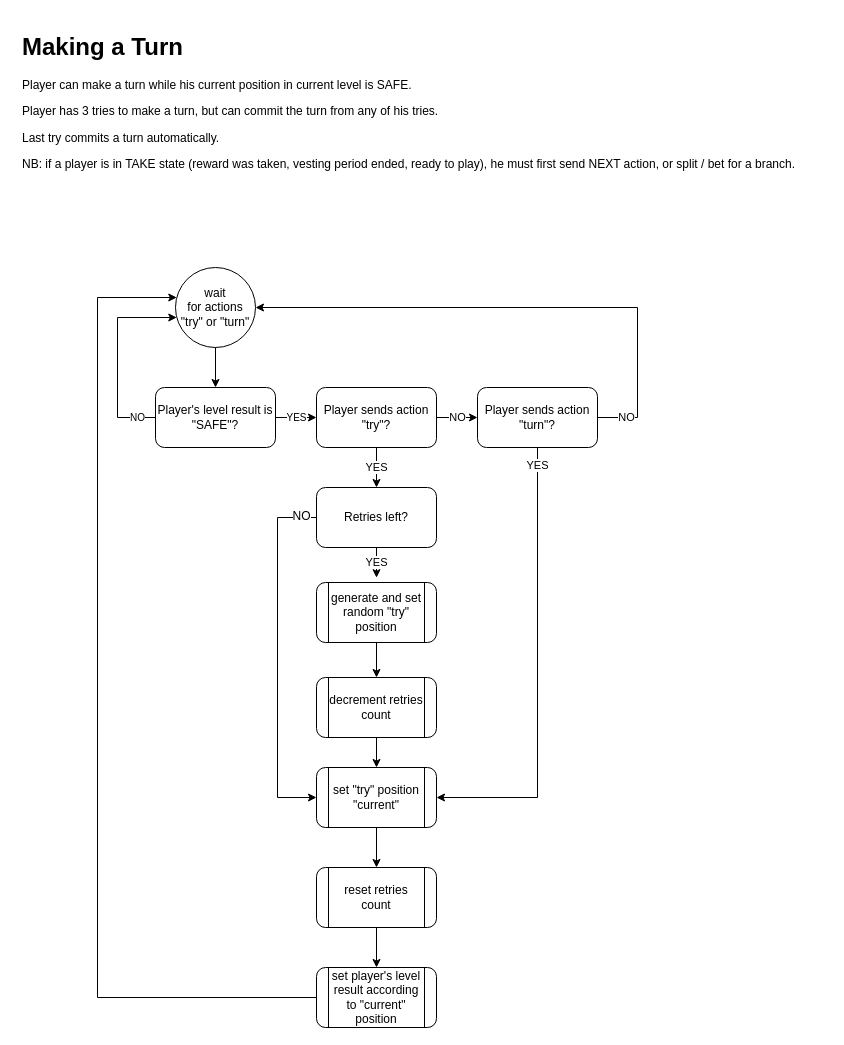
Above: page "turn" (4 of 11) of ia/WOFFLER IA.drawio in cptn-solo/woffler_contract (draw.io), before the change. Source tidied: cells renumbered, new cells numbered last; positions are measured from the earlier drawing's top-left corner, leaving out a move shared by most shapes. Both pictures are drawn from the tidied source at 100%, with x=0, y=0 at pixel (17, 27).
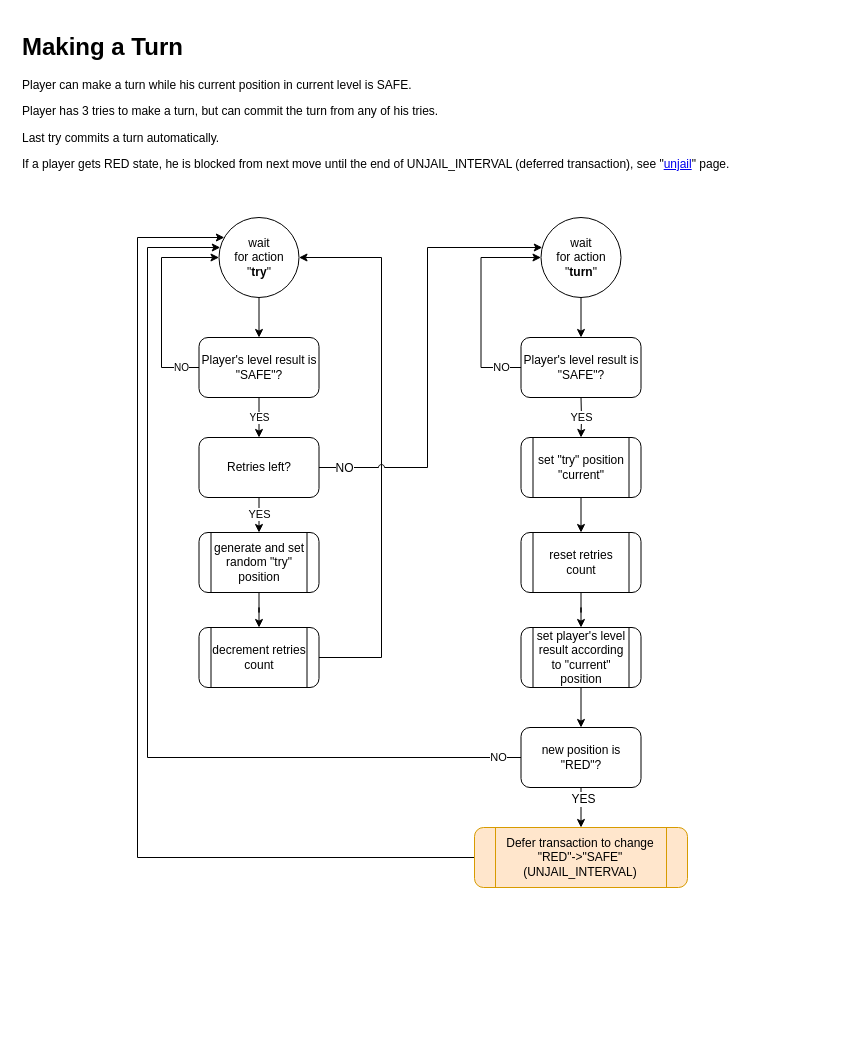
After the change.

Change to the diagram source:
```diff
@@
     <mxCell id="3" value="set &quot;try&quot; position &quot;current&quot;" style="shape=process;rounded=1;whiteSpace=wrap;html=1;shadow=0;glass=0;strokeColor=#000000;align=center;" parent="1" vertex="1">
-      <mxGeometry x="299" y="740" width="120" height="60" as="geometry" />
+      <mxGeometry x="503.5" y="410" width="120" height="60" as="geometry" />
     </mxCell>
-    <mxCell id="4" style="edgeStyle=orthogonalEdgeStyle;rounded=0;jettySize=auto;html=1;endArrow=classic;endFill=1;fontColor=#FF0000;align=center;" parent="1" edge="1" source="16" target="3">
-      <mxGeometry relative="1" as="geometry">
-        <Array as="points">
-          <mxPoint x="260" y="490" />
-          <mxPoint x="260" y="770" />
-        </Array>
-      </mxGeometry>
-    </mxCell>
-    <mxCell id="5" value="NO" style="text;html=1;align=center;verticalAlign=middle;labelBackgroundColor=#ffffff;fontColor=#000000;" parent="4" vertex="1">
-      <mxGeometry x="-0.9" y="-1" relative="1" as="geometry">
-        <mxPoint x="2.5" y="-1" as="offset" />
-      </mxGeometry>
-    </mxCell>
-    <mxCell id="6" value="YES" style="edgeStyle=orthogonalEdgeStyle;rounded=0;jettySize=auto;html=1;exitX=0.5;exitY=1;exitDx=0;exitDy=0;entryX=0.5;entryY=0;entryDx=0;entryDy=0;endArrow=classic;endFill=1;fontColor=#000000;align=center;" parent="1" edge="1" source="9" target="16">
-      <mxGeometry relative="1" as="geometry" />
-    </mxCell>
-    <mxCell id="7" value="NO" style="edgeStyle=none;rounded=0;jettySize=auto;html=1;strokeColor=#000000;fontSize=11;fontColor=#000000;endFill=1;" parent="1" edge="1" source="9" target="11">
-      <mxGeometry relative="1" as="geometry" />
-    </mxCell>
-    <mxCell id="8" value="NO" style="edgeStyle=orthogonalEdgeStyle;rounded=0;jettySize=auto;html=1;endFill=1;" parent="1" edge="1" source="11" target="27">
-      <mxGeometry x="-0.89" relative="1" as="geometry">
+    <mxCell id="8" value="NO" style="edgeStyle=orthogonalEdgeStyle;rounded=0;jettySize=auto;html=1;endFill=1;" parent="1" edge="1" source="36" target="35">
+      <mxGeometry x="-0.81" relative="1" as="geometry">
         <Array as="points">
-          <mxPoint x="620" y="390" />
-          <mxPoint x="620" y="280" />
+          <mxPoint x="463.5" y="340" />
+          <mxPoint x="463.5" y="230" />
         </Array>
       </mxGeometry>
     </mxCell>
-    <mxCell id="9" value="Player sends action &quot;try&quot;?" style="rounded=1;whiteSpace=wrap;html=1;shadow=0;glass=0;strokeColor=#000000;align=center;" parent="1" vertex="1">
-      <mxGeometry x="299" y="360" width="120" height="60" as="geometry" />
-    </mxCell>
-    <mxCell id="10" value="YES" style="edgeStyle=orthogonalEdgeStyle;rounded=0;jettySize=auto;html=1;strokeColor=#000000;fontSize=11;fontColor=#000000;endFill=1;" parent="1" edge="1" source="11" target="3">
-      <mxGeometry x="-0.92" relative="1" as="geometry">
-        <Array as="points">
-          <mxPoint x="520" y="770" />
-        </Array>
+    <mxCell id="10" value="YES" style="edgeStyle=orthogonalEdgeStyle;rounded=0;jettySize=auto;html=1;strokeColor=#000000;fontSize=11;fontColor=#000000;endFill=1;" parent="1" edge="1" target="3">
+      <mxGeometry relative="1" as="geometry">
+        <mxPoint x="563.5" y="370" as="sourcePoint" />
       </mxGeometry>
     </mxCell>
-    <mxCell id="11" value="Player sends action &quot;turn&quot;?" style="rounded=1;whiteSpace=wrap;html=1;shadow=0;glass=0;strokeColor=#000000;align=center;" parent="1" vertex="1">
-      <mxGeometry x="460" y="360" width="120" height="60" as="geometry" />
-    </mxCell>
@@
+    <mxCell id="28" style="edgeStyle=orthogonalEdgeStyle;rounded=0;jettySize=auto;html=1;" parent="1" edge="1" source="13" target="27">
+      <mxGeometry relative="1" as="geometry">
+        <Array as="points">
+          <mxPoint x="364" y="630" />
+          <mxPoint x="364" y="230" />
+        </Array>
+      </mxGeometry>
+    </mxCell>
     <mxCell id="13" value="decrement retries count" style="shape=process;rounded=1;whiteSpace=wrap;html=1;shadow=0;glass=0;strokeColor=#000000;align=center;rounded=1;" parent="1" vertex="1">
-      <mxGeometry x="299" y="650" width="120" height="60" as="geometry" />
+      <mxGeometry x="181.5" y="600" width="120" height="60" as="geometry" />
     </mxCell>
     <mxCell id="14" value="generate and set random &quot;try&quot; position" style="shape=process;rounded=1;whiteSpace=wrap;html=1;shadow=0;glass=0;strokeColor=#000000;align=center;rounded=1;" parent="1" vertex="1">
-      <mxGeometry x="299" y="555" width="120" height="60" as="geometry" />
+      <mxGeometry x="181.5" y="505" width="120" height="60" as="geometry" />
     </mxCell>
-    <mxCell id="15" value="YES" style="edgeStyle=orthogonalEdgeStyle;rounded=0;jettySize=auto;html=1;endArrow=classic;endFill=1;fontColor=#000000;align=center;exitX=0.5;exitY=1;exitDx=0;exitDy=0;" parent="1" edge="1" source="16">
+    <mxCell id="15" value="YES" style="edgeStyle=orthogonalEdgeStyle;rounded=0;jettySize=auto;html=1;endArrow=classic;endFill=1;fontColor=#000000;align=center;" parent="1" edge="1" source="16" target="14">
       <mxGeometry x="-0.01" relative="1" as="geometry">
-        <mxPoint x="359" y="550.2" as="targetPoint" />
+        <Array as="points">
+          <mxPoint x="241.5" y="500" />
+          <mxPoint x="241.5" y="500" />
+        </Array>
       </mxGeometry>
     </mxCell>
     <mxCell id="16" value="Retries left?" style="rounded=1;whiteSpace=wrap;html=1;shadow=0;glass=0;strokeColor=#000000;align=center;" parent="1" vertex="1">
-      <mxGeometry x="299" y="460" width="120" height="60" as="geometry" />
+      <mxGeometry x="181.5" y="410" width="120" height="60" as="geometry" />
     </mxCell>
-    <mxCell id="17" style="edgeStyle=orthogonalEdgeStyle;rounded=0;jettySize=auto;html=1;exitX=0.5;exitY=1;exitDx=0;exitDy=0;entryX=0.5;entryY=0;entryDx=0;entryDy=0;endArrow=classic;endFill=1;fontColor=#000000;align=center;" parent="1" edge="1" source="13" target="3">
-      <mxGeometry relative="1" as="geometry" />
-    </mxCell>
@@
     <mxCell id="19" value="reset retries count&lt;br&gt;" style="shape=process;rounded=1;whiteSpace=wrap;html=1;shadow=0;glass=0;strokeColor=#000000;align=center;" parent="1" vertex="1">
-      <mxGeometry x="299" y="840" width="120" height="60" as="geometry" />
+      <mxGeometry x="503.5" y="505" width="120" height="60" as="geometry" />
     </mxCell>
-    <mxCell id="20" style="edgeStyle=orthogonalEdgeStyle;rounded=0;jumpStyle=arc;jettySize=auto;html=1;endFill=1;fontSize=10;fontColor=#000000;" parent="1" edge="1" source="21" target="27">
-      <mxGeometry relative="1" as="geometry">
-        <Array as="points">
-          <mxPoint x="80" y="970" />
-          <mxPoint x="80" y="270" />
-        </Array>
-      </mxGeometry>
-    </mxCell>
+    <mxCell id="7" value="NO" style="edgeStyle=orthogonalEdgeStyle;rounded=0;jettySize=auto;html=1;" parent="1" edge="1" source="31" target="27">
+      <mxGeometry x="-0.95" relative="1" as="geometry">
+        <Array as="points">
+          <mxPoint x="130" y="730" />
+          <mxPoint x="130" y="220" />
+        </Array>
+        <mxPoint x="1" as="offset" />
+      </mxGeometry>
+    </mxCell>
+    <mxCell id="29" style="edgeStyle=orthogonalEdgeStyle;rounded=0;jumpStyle=arc;jettySize=auto;html=1;" parent="1" edge="1" source="21" target="31">
+      <mxGeometry relative="1" as="geometry" />
+    </mxCell>
     <mxCell id="21" value="set player's level result according to &quot;current&quot; position&lt;br&gt;" style="shape=process;rounded=1;whiteSpace=wrap;html=1;shadow=0;glass=0;strokeColor=#000000;align=center;" parent="1" vertex="1">
-      <mxGeometry x="299" y="940" width="120" height="60" as="geometry" />
+      <mxGeometry x="503.5" y="600" width="120" height="60" as="geometry" />
     </mxCell>
+    <mxCell id="30" style="edgeStyle=orthogonalEdgeStyle;rounded=0;jumpStyle=arc;jettySize=auto;html=1;" parent="1" edge="1" source="31" target="33">
+      <mxGeometry relative="1" as="geometry" />
+    </mxCell>
+    <mxCell id="6" value="YES" style="text;html=1;align=center;verticalAlign=middle;labelBackgroundColor=#ffffff;" parent="30" vertex="1">
+      <mxGeometry x="-0.45" y="2" relative="1" as="geometry" />
+    </mxCell>
+    <mxCell id="31" value="new position is &quot;RED&quot;?&lt;br&gt;" style="rounded=1;whiteSpace=wrap;html=1;shadow=0;glass=0;strokeColor=#000000;align=center;" parent="1" vertex="1">
+      <mxGeometry x="503.5" y="700" width="120" height="60" as="geometry" />
+    </mxCell>
+    <mxCell id="32" style="edgeStyle=orthogonalEdgeStyle;rounded=0;jumpStyle=arc;jettySize=auto;html=1;" parent="1" edge="1" source="33" target="27">
+      <mxGeometry relative="1" as="geometry">
+        <Array as="points">
+          <mxPoint x="120" y="830" />
+          <mxPoint x="120" y="210" />
+        </Array>
+      </mxGeometry>
+    </mxCell>
+    <mxCell id="33" value="Defer transaction to change &quot;RED&quot;-&amp;gt;&quot;SAFE&quot;&lt;br&gt;(UNJAIL_INTERVAL)&lt;br&gt;" style="shape=process;rounded=1;whiteSpace=wrap;html=1;shadow=0;glass=0;strokeColor=#d79b00;align=center;fillColor=#ffe6cc;" parent="1" vertex="1">
+      <mxGeometry x="457" y="800" width="213" height="60" as="geometry" />
+    </mxCell>
-    <mxCell id="22" value="YES" style="edgeStyle=orthogonalEdgeStyle;rounded=0;jumpStyle=arc;jettySize=auto;html=1;endFill=1;fontSize=10;fontColor=#000000;" parent="1" edge="1" source="24" target="9">
+    <mxCell id="22" value="YES" style="edgeStyle=orthogonalEdgeStyle;rounded=0;jumpStyle=arc;jettySize=auto;html=1;endFill=1;fontSize=10;fontColor=#000000;" parent="1" edge="1" source="24" target="16">
       <mxGeometry relative="1" as="geometry" />
     </mxCell>
     <mxCell id="23" value="NO" style="edgeStyle=orthogonalEdgeStyle;rounded=0;jumpStyle=arc;jettySize=auto;html=1;endFill=1;fontSize=10;fontColor=#000000;" parent="1" edge="1" source="24" target="27">
       <mxGeometry x="-0.82" relative="1" as="geometry">
         <Array as="points">
-          <mxPoint x="100" y="390" />
-          <mxPoint x="100" y="290" />
+          <mxPoint x="144" y="340" />
+          <mxPoint x="144" y="230" />
         </Array>
       </mxGeometry>
     </mxCell>
     <mxCell id="24" value="Player's level result is &quot;SAFE&quot;?" style="rounded=1;whiteSpace=wrap;html=1;shadow=0;glass=0;strokeColor=#000000;align=center;" parent="1" vertex="1">
-      <mxGeometry x="138" y="360" width="120" height="60" as="geometry" />
+      <mxGeometry x="181.5" y="310" width="120" height="60" as="geometry" />
     </mxCell>
-    <mxCell id="25" value="&lt;h1&gt;Making a Turn&lt;/h1&gt;&lt;p&gt;Player can make a turn while his current position in current level is SAFE.&lt;/p&gt;&lt;p&gt;Player has 3 tries to make a turn, but can commit the turn from any of his tries.&lt;/p&gt;&lt;p&gt;Last try commits a turn automatically.&lt;/p&gt;&lt;p&gt;NB: if a player is in TAKE state (reward was taken, vesting period ended, ready to play), he must first send NEXT action, or split / bet for a branch.&lt;/p&gt;" style="text;html=1;strokeColor=none;fillColor=none;spacing=5;spacingTop=-20;whiteSpace=wrap;overflow=hidden;rounded=0;shadow=0;glass=0;align=left;" parent="1" vertex="1">
-      <mxGeometry width="810" height="230" as="geometry" />
+    <mxCell id="25" value="&lt;h1&gt;Making a Turn&lt;/h1&gt;&lt;p&gt;Player can make a turn while his current position in current level is SAFE.&lt;/p&gt;&lt;p&gt;Player has 3 tries to make a turn, but can commit the turn from any of his tries.&lt;/p&gt;&lt;p&gt;Last try commits a turn automatically.&lt;/p&gt;&lt;p&gt;If a player gets RED state, he is blocked from next move until the end of UNJAIL_INTERVAL (deferred transaction), see &quot;&lt;a href=&quot;data:page/id,JelkGK6z_K_HSlQ8lR76&quot;&gt;unjail&lt;/a&gt;&quot; page.&lt;/p&gt;" style="text;html=1;strokeColor=none;fillColor=none;spacing=5;spacingTop=-20;whiteSpace=wrap;overflow=hidden;rounded=0;shadow=0;glass=0;align=left;" parent="1" vertex="1">
+      <mxGeometry width="810" height="160" as="geometry" />
     </mxCell>
@@
-    <mxCell id="27" value="wait &lt;br&gt;for actions &quot;try&quot; or &quot;turn&quot;" style="ellipse;whiteSpace=wrap;html=1;rounded=1;shadow=0;glass=0;strokeColor=#000000;fillColor=none;align=center;" parent="1" vertex="1">
-      <mxGeometry x="158" y="240" width="80" height="80" as="geometry" />
+    <mxCell id="27" value="wait &lt;br&gt;for action&lt;br&gt;&quot;&lt;b&gt;try&lt;/b&gt;&quot;" style="ellipse;whiteSpace=wrap;html=1;rounded=1;shadow=0;glass=0;strokeColor=#000000;fillColor=none;align=center;" parent="1" vertex="1">
+      <mxGeometry x="201.5" y="190" width="80" height="80" as="geometry" />
     </mxCell>
+    <mxCell id="34" style="edgeStyle=orthogonalEdgeStyle;rounded=0;jettySize=auto;html=1;" parent="1" edge="1" source="35" target="36">
+      <mxGeometry relative="1" as="geometry" />
+    </mxCell>
+    <mxCell id="35" value="wait &lt;br&gt;for action&lt;br&gt;&quot;&lt;b&gt;turn&lt;/b&gt;&quot;" style="ellipse;whiteSpace=wrap;html=1;rounded=1;shadow=0;glass=0;strokeColor=#000000;fillColor=none;align=center;" parent="1" vertex="1">
+      <mxGeometry x="523.5" y="190" width="80" height="80" as="geometry" />
+    </mxCell>
+    <mxCell id="36" value="Player's level result is &quot;SAFE&quot;?" style="rounded=1;whiteSpace=wrap;html=1;shadow=0;glass=0;strokeColor=#000000;align=center;" parent="1" vertex="1">
+      <mxGeometry x="503.5" y="310" width="120" height="60" as="geometry" />
+    </mxCell>
+    <mxCell id="4" style="edgeStyle=orthogonalEdgeStyle;rounded=0;jettySize=auto;html=1;endArrow=classic;endFill=1;fontColor=#FF0000;align=center;jumpStyle=arc;" parent="1" edge="1" source="16" target="35">
+      <mxGeometry relative="1" as="geometry">
+        <Array as="points">
+          <mxPoint x="410" y="440" />
+          <mxPoint x="410" y="220" />
+        </Array>
+      </mxGeometry>
+    </mxCell>
+    <mxCell id="5" value="NO" style="text;html=1;align=center;verticalAlign=middle;labelBackgroundColor=#ffffff;fontColor=#000000;" parent="4" vertex="1">
+      <mxGeometry x="-0.9" y="-1" relative="1" as="geometry">
+        <mxPoint x="2.5" y="-1" as="offset" />
+      </mxGeometry>
+    </mxCell>
```
